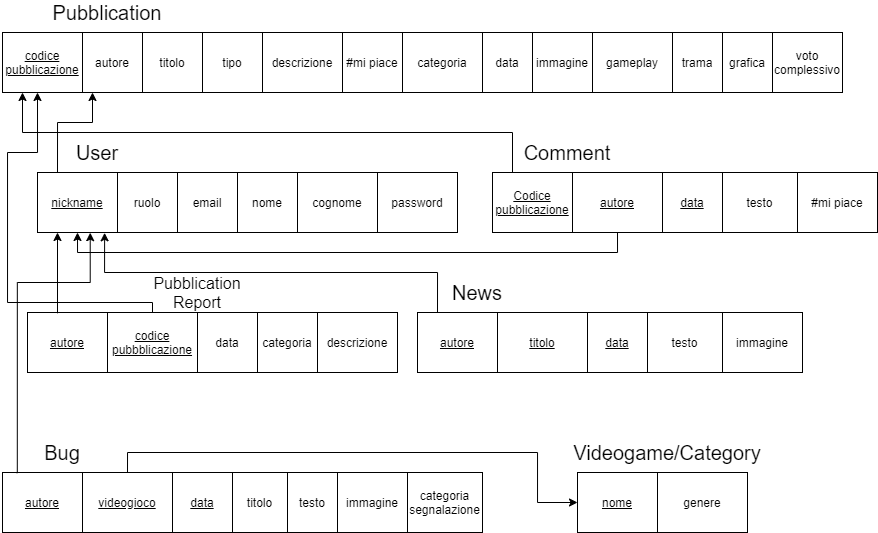
Earlier version of the draw.io export SDD/Schema E-R/ModelloRelazionale.png (StraGame/StraGame). Source tidied: cells renumbered, new cells last; positions are measured from the earlier drawing's top-left corner, leaving out a move shared by most shapes.
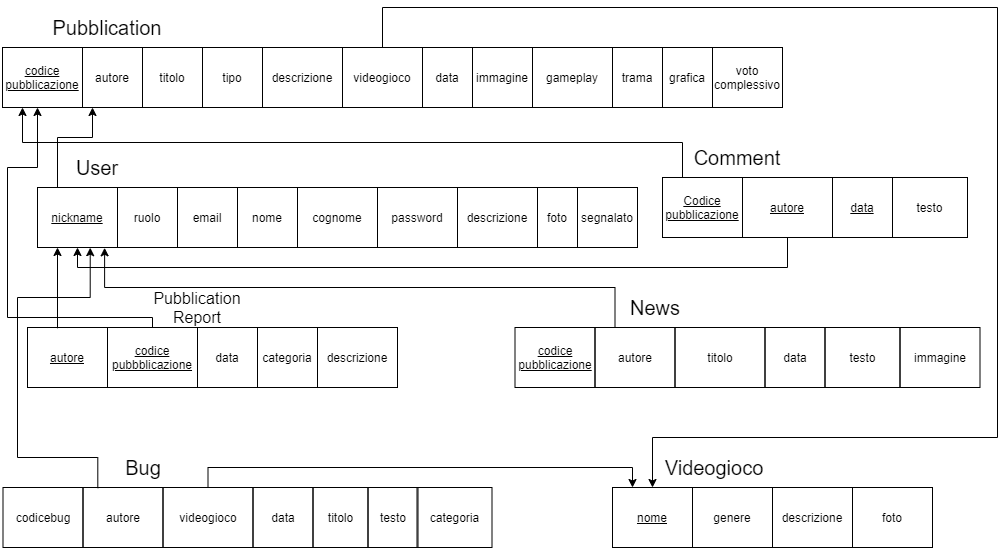
After the commit.

Change to the diagram source:
```diff
@@ -17,29 +17,36 @@
     <mxCell id="6" value="descrizione" style="rounded=0;whiteSpace=wrap;html=1;fillColor=none;" parent="1" vertex="1">
       <mxGeometry x="260" y="30" width="80" height="60" as="geometry" />
     </mxCell>
-    <mxCell id="7" value="#mi piace" style="rounded=0;whiteSpace=wrap;html=1;fillColor=none;" parent="1" vertex="1">
-      <mxGeometry x="340" y="30" width="60" height="60" as="geometry" />
-    </mxCell>
+    <mxCell id="60" style="edgeStyle=orthogonalEdgeStyle;rounded=0;jettySize=auto;html=1;entryX=0.5;entryY=0;entryDx=0;entryDy=0;" parent="1" edge="1" source="8" target="55">
+      <mxGeometry relative="1" as="geometry">
+        <Array as="points">
+          <mxPoint x="380" y="-10" />
+          <mxPoint x="995" y="-10" />
+          <mxPoint x="995" y="420" />
+          <mxPoint x="650" y="420" />
+        </Array>
+      </mxGeometry>
+    </mxCell>
-    <mxCell id="8" value="categoria" style="rounded=0;whiteSpace=wrap;html=1;fillColor=none;" parent="1" vertex="1">
-      <mxGeometry x="400" y="30" width="80" height="60" as="geometry" />
+    <mxCell id="8" value="videogioco" style="rounded=0;whiteSpace=wrap;html=1;fillColor=none;" parent="1" vertex="1">
+      <mxGeometry x="340" y="30" width="80" height="60" as="geometry" />
     </mxCell>
     <mxCell id="9" value="data" style="rounded=0;whiteSpace=wrap;html=1;fillColor=none;" parent="1" vertex="1">
-      <mxGeometry x="480" y="30" width="50" height="60" as="geometry" />
+      <mxGeometry x="420" y="30" width="50" height="60" as="geometry" />
     </mxCell>
     <mxCell id="10" value="immagine" style="rounded=0;whiteSpace=wrap;html=1;fillColor=none;" parent="1" vertex="1">
-      <mxGeometry x="530" y="30" width="60" height="60" as="geometry" />
+      <mxGeometry x="470" y="30" width="60" height="60" as="geometry" />
     </mxCell>
     <mxCell id="11" value="gameplay" style="rounded=0;whiteSpace=wrap;html=1;fillColor=none;" parent="1" vertex="1">
-      <mxGeometry x="590" y="30" width="80" height="60" as="geometry" />
+      <mxGeometry x="530" y="30" width="80" height="60" as="geometry" />
     </mxCell>
     <mxCell id="12" value="trama" style="rounded=0;whiteSpace=wrap;html=1;fillColor=none;" parent="1" vertex="1">
-      <mxGeometry x="670" y="30" width="50" height="60" as="geometry" />
+      <mxGeometry x="610" y="30" width="50" height="60" as="geometry" />
     </mxCell>
     <mxCell id="13" value="grafica" style="rounded=0;whiteSpace=wrap;html=1;fillColor=none;" parent="1" vertex="1">
-      <mxGeometry x="720" y="30" width="50" height="60" as="geometry" />
+      <mxGeometry x="660" y="30" width="50" height="60" as="geometry" />
     </mxCell>
     <mxCell id="14" value="voto complessivo" style="rounded=0;whiteSpace=wrap;html=1;fillColor=none;" parent="1" vertex="1">
-      <mxGeometry x="770" y="30" width="70" height="60" as="geometry" />
+      <mxGeometry x="710" y="30" width="70" height="60" as="geometry" />
     </mxCell>
     <mxCell id="15" style="edgeStyle=orthogonalEdgeStyle;rounded=0;jettySize=auto;html=1;exitX=0.25;exitY=0;exitDx=0;exitDy=0;fontSize=20;" parent="1" edge="1" source="16">
       <mxGeometry relative="1" as="geometry">
@@ -109,97 +116,108 @@
     <mxCell id="32" style="edgeStyle=orthogonalEdgeStyle;rounded=0;jettySize=auto;html=1;exitX=0.185;exitY=0.011;exitDx=0;exitDy=0;entryX=0.659;entryY=1.003;entryDx=0;entryDy=0;entryPerimeter=0;fontSize=20;exitPerimeter=0;" parent="1" edge="1" source="33" target="16">
       <mxGeometry relative="1" as="geometry">
         <Array as="points">
+          <mxPoint x="95" y="440" />
+          <mxPoint x="15" y="440" />
           <mxPoint x="15" y="280" />
           <mxPoint x="88" y="280" />
         </Array>
       </mxGeometry>
     </mxCell>
-    <mxCell id="33" value="autore" style="rounded=0;whiteSpace=wrap;html=1;fillColor=none;fontStyle=4;" parent="1" vertex="1">
-      <mxGeometry y="470" width="80" height="60" as="geometry" />
+    <mxCell id="33" value="autore" style="rounded=0;whiteSpace=wrap;html=1;fillColor=none;fontStyle=0;" parent="1" vertex="1">
+      <mxGeometry x="80.5" y="470" width="80" height="60" as="geometry" />
     </mxCell>
-    <mxCell id="34" style="edgeStyle=orthogonalEdgeStyle;rounded=0;jettySize=auto;html=1;exitX=0.5;exitY=0;exitDx=0;exitDy=0;entryX=0;entryY=0.5;entryDx=0;entryDy=0;fontSize=20;" parent="1" edge="1" source="35" target="55">
-      <mxGeometry relative="1" as="geometry">
-        <Array as="points">
-          <mxPoint x="125" y="450" />
-          <mxPoint x="535" y="450" />
-          <mxPoint x="535" y="500" />
-        </Array>
-      </mxGeometry>
+    <mxCell id="34" style="edgeStyle=orthogonalEdgeStyle;rounded=0;jettySize=auto;html=1;exitX=0.5;exitY=0;exitDx=0;exitDy=0;entryX=0.25;entryY=0;entryDx=0;entryDy=0;" parent="1" edge="1" source="35" target="55">
+      <mxGeometry relative="1" as="geometry" />
     </mxCell>
-    <mxCell id="35" value="videogioco" style="rounded=0;whiteSpace=wrap;html=1;fillColor=none;fontStyle=4;" parent="1" vertex="1">
-      <mxGeometry x="80" y="470" width="90" height="60" as="geometry" />
+    <mxCell id="35" value="videogioco" style="rounded=0;whiteSpace=wrap;html=1;fillColor=none;fontStyle=0;" parent="1" vertex="1">
+      <mxGeometry x="160.5" y="470" width="90" height="60" as="geometry" />
     </mxCell>
-    <mxCell id="36" value="data" style="rounded=0;whiteSpace=wrap;html=1;fillColor=none;fontStyle=4;" parent="1" vertex="1">
-      <mxGeometry x="170" y="470" width="60" height="60" as="geometry" />
+    <mxCell id="36" value="data" style="rounded=0;whiteSpace=wrap;html=1;fillColor=none;fontStyle=0;" parent="1" vertex="1">
+      <mxGeometry x="250.5" y="470" width="60" height="60" as="geometry" />
     </mxCell>
-    <mxCell id="37" value="categoria segnalazione" style="rounded=0;whiteSpace=wrap;html=1;fillColor=none;" parent="1" vertex="1">
-      <mxGeometry x="405" y="470" width="75" height="60" as="geometry" />
+    <mxCell id="37" value="categoria" style="rounded=0;whiteSpace=wrap;html=1;fillColor=none;" parent="1" vertex="1">
+      <mxGeometry x="414.5" y="470" width="75" height="60" as="geometry" />
     </mxCell>
     <mxCell id="38" value="testo" style="rounded=0;whiteSpace=wrap;html=1;fillColor=none;" parent="1" vertex="1">
-      <mxGeometry x="285" y="470" width="50" height="60" as="geometry" />
+      <mxGeometry x="365.5" y="470" width="50" height="60" as="geometry" />
     </mxCell>
     <mxCell id="39" value="Bug" style="text;html=1;strokeColor=none;fillColor=none;align=center;verticalAlign=middle;whiteSpace=wrap;rounded=0;fontSize=20;" parent="1" vertex="1">
-      <mxGeometry x="40" y="440" width="40" height="20" as="geometry" />
+      <mxGeometry x="120.5" y="440" width="40" height="20" as="geometry" />
     </mxCell>
     <mxCell id="40" style="edgeStyle=orthogonalEdgeStyle;rounded=0;jettySize=auto;html=1;exitX=0.25;exitY=0;exitDx=0;exitDy=0;fontSize=20;entryX=0.25;entryY=1;entryDx=0;entryDy=0;" parent="1" edge="1" source="41" target="2">
       <mxGeometry relative="1" as="geometry" />
     </mxCell>
     <mxCell id="41" value="Codice pubblicazione" style="rounded=0;whiteSpace=wrap;html=1;fillColor=none;fontStyle=4;" parent="1" vertex="1">
-      <mxGeometry x="490" y="170" width="80" height="60" as="geometry" />
+      <mxGeometry x="660" y="160" width="80" height="60" as="geometry" />
     </mxCell>
     <mxCell id="42" style="edgeStyle=orthogonalEdgeStyle;rounded=0;jettySize=auto;html=1;exitX=0.5;exitY=1;exitDx=0;exitDy=0;entryX=0.5;entryY=1;entryDx=0;entryDy=0;fontSize=20;" parent="1" edge="1" source="43" target="16">
       <mxGeometry relative="1" as="geometry" />
     </mxCell>
     <mxCell id="43" value="autore" style="rounded=0;whiteSpace=wrap;html=1;fillColor=none;fontStyle=4;" parent="1" vertex="1">
-      <mxGeometry x="570" y="170" width="90" height="60" as="geometry" />
+      <mxGeometry x="740" y="160" width="90" height="60" as="geometry" />
     </mxCell>
     <mxCell id="44" value="data" style="rounded=0;whiteSpace=wrap;html=1;fillColor=none;fontStyle=4;" parent="1" vertex="1">
-      <mxGeometry x="660" y="170" width="60" height="60" as="geometry" />
+      <mxGeometry x="830" y="160" width="60" height="60" as="geometry" />
     </mxCell>
     <mxCell id="45" value="testo" style="rounded=0;whiteSpace=wrap;html=1;fillColor=none;" parent="1" vertex="1">
-      <mxGeometry x="720" y="170" width="75" height="60" as="geometry" />
+      <mxGeometry x="890" y="160" width="75" height="60" as="geometry" />
     </mxCell>
-    <mxCell id="46" value="#mi piace" style="rounded=0;whiteSpace=wrap;html=1;fillColor=none;" parent="1" vertex="1">
-      <mxGeometry x="795" y="170" width="80" height="60" as="geometry" />
-    </mxCell>
     <mxCell id="47" value="Comment" style="text;html=1;strokeColor=none;fillColor=none;align=center;verticalAlign=middle;whiteSpace=wrap;rounded=0;fontSize=20;" parent="1" vertex="1">
-      <mxGeometry x="545" y="140" width="40" height="20" as="geometry" />
+      <mxGeometry x="715" y="130" width="40" height="20" as="geometry" />
     </mxCell>
     <mxCell id="48" style="edgeStyle=orthogonalEdgeStyle;rounded=0;jettySize=auto;html=1;exitX=0.25;exitY=0;exitDx=0;exitDy=0;entryX=0.839;entryY=1.005;entryDx=0;entryDy=0;entryPerimeter=0;fontSize=20;" parent="1" edge="1" source="49" target="16">
       <mxGeometry relative="1" as="geometry" />
     </mxCell>
-    <mxCell id="49" value="autore" style="rounded=0;whiteSpace=wrap;html=1;fillColor=none;fontStyle=4;" parent="1" vertex="1">
-      <mxGeometry x="415" y="310" width="80" height="60" as="geometry" />
+    <mxCell id="49" value="autore" style="rounded=0;whiteSpace=wrap;html=1;fillColor=none;fontStyle=0;" parent="1" vertex="1">
+      <mxGeometry x="592.5" y="310" width="80" height="60" as="geometry" />
     </mxCell>
-    <mxCell id="50" value="titolo" style="rounded=0;whiteSpace=wrap;html=1;fillColor=none;fontStyle=4;" parent="1" vertex="1">
-      <mxGeometry x="495" y="310" width="90" height="60" as="geometry" />
+    <mxCell id="50" value="titolo" style="rounded=0;whiteSpace=wrap;html=1;fillColor=none;fontStyle=0;" parent="1" vertex="1">
+      <mxGeometry x="672.5" y="310" width="90" height="60" as="geometry" />
     </mxCell>
-    <mxCell id="51" value="data" style="rounded=0;whiteSpace=wrap;html=1;fillColor=none;fontStyle=4;" parent="1" vertex="1">
-      <mxGeometry x="585" y="310" width="60" height="60" as="geometry" />
+    <mxCell id="51" value="data" style="rounded=0;whiteSpace=wrap;html=1;fillColor=none;fontStyle=0;" parent="1" vertex="1">
+      <mxGeometry x="762.5" y="310" width="60" height="60" as="geometry" />
     </mxCell>
     <mxCell id="52" value="testo" style="rounded=0;whiteSpace=wrap;html=1;fillColor=none;" parent="1" vertex="1">
-      <mxGeometry x="645" y="310" width="75" height="60" as="geometry" />
+      <mxGeometry x="822.5" y="310" width="75" height="60" as="geometry" />
     </mxCell>
     <mxCell id="53" value="immagine" style="rounded=0;whiteSpace=wrap;html=1;fillColor=none;" parent="1" vertex="1">
-      <mxGeometry x="720" y="310" width="80" height="60" as="geometry" />
+      <mxGeometry x="897.5" y="310" width="80" height="60" as="geometry" />
     </mxCell>
     <mxCell id="54" value="News" style="text;html=1;strokeColor=none;fillColor=none;align=center;verticalAlign=middle;whiteSpace=wrap;rounded=0;fontSize=20;" parent="1" vertex="1">
-      <mxGeometry x="455" y="280" width="40" height="20" as="geometry" />
+      <mxGeometry x="632.5" y="280" width="40" height="20" as="geometry" />
     </mxCell>
     <mxCell id="55" value="nome" style="rounded=0;whiteSpace=wrap;html=1;fillColor=none;fontStyle=4;" parent="1" vertex="1">
-      <mxGeometry x="575" y="470" width="80" height="60" as="geometry" />
+      <mxGeometry x="610" y="470" width="80" height="60" as="geometry" />
     </mxCell>
     <mxCell id="56" value="genere" style="rounded=0;whiteSpace=wrap;html=1;fillColor=none;" parent="1" vertex="1">
-      <mxGeometry x="655" y="470" width="90" height="60" as="geometry" />
+      <mxGeometry x="690" y="470" width="80" height="60" as="geometry" />
     </mxCell>
-    <mxCell id="57" value="Videogame/Category" style="text;html=1;strokeColor=none;fillColor=none;align=center;verticalAlign=middle;whiteSpace=wrap;rounded=0;fontSize=20;" parent="1" vertex="1">
-      <mxGeometry x="645" y="440" width="40" height="20" as="geometry" />
+    <mxCell id="57" value="Videogioco&lt;br&gt;" style="text;html=1;strokeColor=none;fillColor=none;align=center;verticalAlign=middle;whiteSpace=wrap;rounded=0;fontSize=20;" parent="1" vertex="1">
+      <mxGeometry x="692" y="440" width="40" height="20" as="geometry" />
     </mxCell>
     <mxCell id="58" value="titolo" style="rounded=0;whiteSpace=wrap;html=1;fillColor=none;" parent="1" vertex="1">
-      <mxGeometry x="230" y="470" width="55" height="60" as="geometry" />
+      <mxGeometry x="310.5" y="470" width="55" height="60" as="geometry" />
     </mxCell>
-    <mxCell id="59" value="immagine" style="rounded=0;whiteSpace=wrap;html=1;fillColor=none;" parent="1" vertex="1">
-      <mxGeometry x="335" y="470" width="70" height="60" as="geometry" />
-    </mxCell>
+    <mxCell id="61" value="descrizione" style="rounded=0;whiteSpace=wrap;html=1;fillColor=none;" parent="1" vertex="1">
+      <mxGeometry x="770" y="470" width="80" height="60" as="geometry" />
+    </mxCell>
+    <mxCell id="62" value="foto" style="rounded=0;whiteSpace=wrap;html=1;fillColor=none;" parent="1" vertex="1">
+      <mxGeometry x="850" y="470" width="80" height="60" as="geometry" />
+    </mxCell>
+    <mxCell id="63" value="descrizione" style="rounded=0;whiteSpace=wrap;html=1;fillColor=none;" parent="1" vertex="1">
+      <mxGeometry x="455" y="170" width="80" height="60" as="geometry" />
+    </mxCell>
+    <mxCell id="64" value="foto" style="rounded=0;whiteSpace=wrap;html=1;fillColor=none;" parent="1" vertex="1">
+      <mxGeometry x="535" y="170" width="40" height="60" as="geometry" />
+    </mxCell>
+    <mxCell id="65" value="segnalato" style="rounded=0;whiteSpace=wrap;html=1;fillColor=none;" parent="1" vertex="1">
+      <mxGeometry x="575" y="170" width="60" height="60" as="geometry" />
+    </mxCell>
+    <mxCell id="66" value="codice pubblicazione" style="rounded=0;whiteSpace=wrap;html=1;fillColor=none;fontStyle=4;" parent="1" vertex="1">
+      <mxGeometry x="512.5" y="310" width="80" height="60" as="geometry" />
+    </mxCell>
+    <mxCell id="67" value="codicebug" style="rounded=0;whiteSpace=wrap;html=1;fillColor=none;" parent="1" vertex="1">
+      <mxGeometry x="0.5" y="470" width="80" height="60" as="geometry" />
+    </mxCell>
   </root>
 </mxGraphModel>
```
